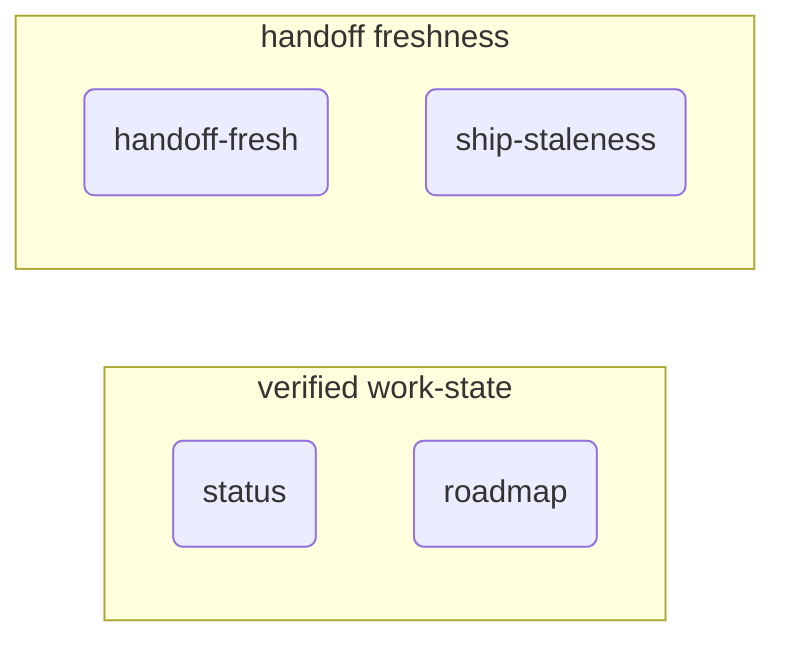
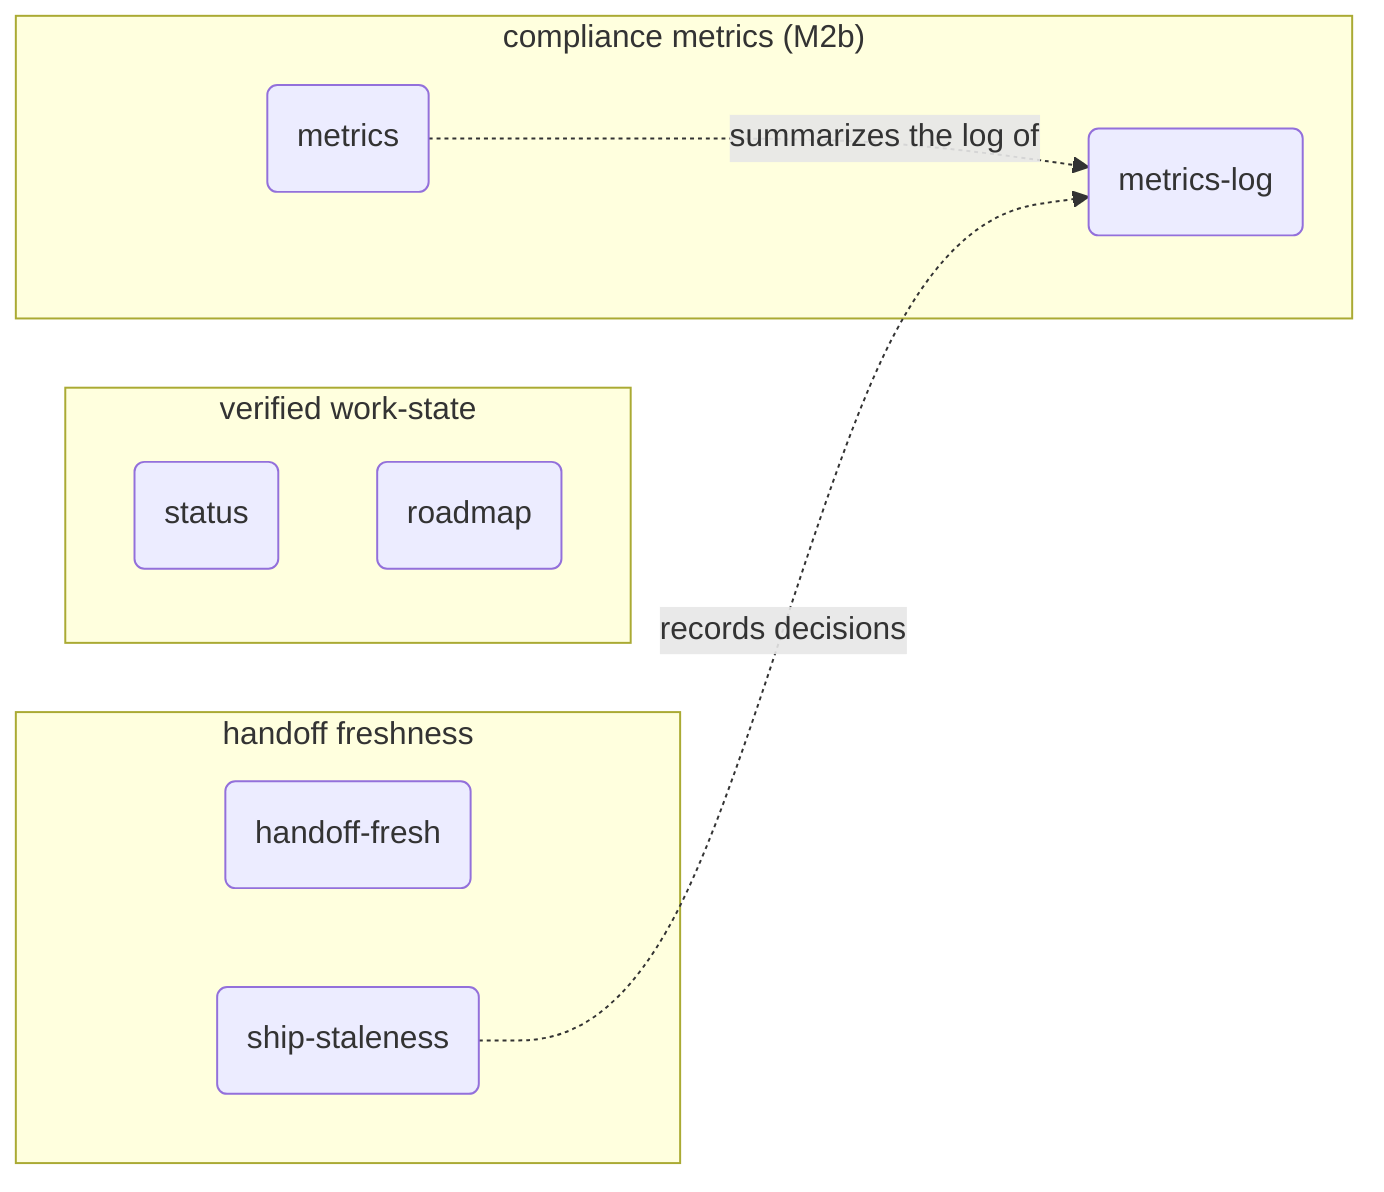
flowchart LR
%% root flowmapContinuity

%% src status tools/flowmap/status.mjs
%% kind status service
%% fm:meta status name=status
%% fm:meta status desc=verified work-state compare a plan proposed signatures against live code built pending drifted missing

%% src roadmap tools/flowmap/roadmap.mjs
%% kind roadmap service
%% fm:meta roadmap name=roadmap
%% fm:meta roadmap desc=compute roadmap phase status from predicates and audit the no prose status ban

%% src handoff tools/flowmap/handoff-fresh.mjs#checkContentClaims
%% kind handoff service
%% fm:meta handoff name=handoff-fresh
%% fm:meta handoff desc=detect when the handoff lags commits and falsify not yet committed prose claims

%% src shipStaleness tools/flowmap/ship-staleness.mjs
%% kind shipStaleness service
%% fm:meta shipStaleness name=ship-staleness
%% fm:meta shipStaleness desc=Stop hook block a session end while the shipped map lags src demanding flowmap ship

+ %% src metrics tools/flowmap/metrics.mjs
+ %% kind metrics service
+ %% fm:meta metrics name=metrics
+ %% fm:meta metrics desc=M2b summarize the compliance log into rates quiz gate ship cert unproven and wrap ship runs transparently
+ 
+ %% src metricsLog tools/flowmap/lib/metrics-log.mjs#recordEvent
+ %% kind metricsLog module
+ %% fm:meta metricsLog name=metrics-log
+ %% fm:meta metricsLog desc=fail silent JSONL emitter the gates quiz and verdict tools import logging may never change a decision
+ 
%% parent co_state flowmapContinuity
%% parent co_handoff flowmapContinuity
+ %% parent co_metrics flowmapContinuity

  subgraph co_state ["verified work-state"]
    status("status")
    roadmap("roadmap")
  end

  subgraph co_handoff ["handoff freshness"]
    handoff("handoff-fresh")
    shipStaleness("ship-staleness")
  end
+ 
+   subgraph co_metrics ["compliance metrics (M2b)"]
+     metrics("metrics")
+     metricsLog("metrics-log")
+   end
+ 
+   metrics -.->|summarizes the log of| metricsLog
+   shipStaleness -.->|records decisions| metricsLog
